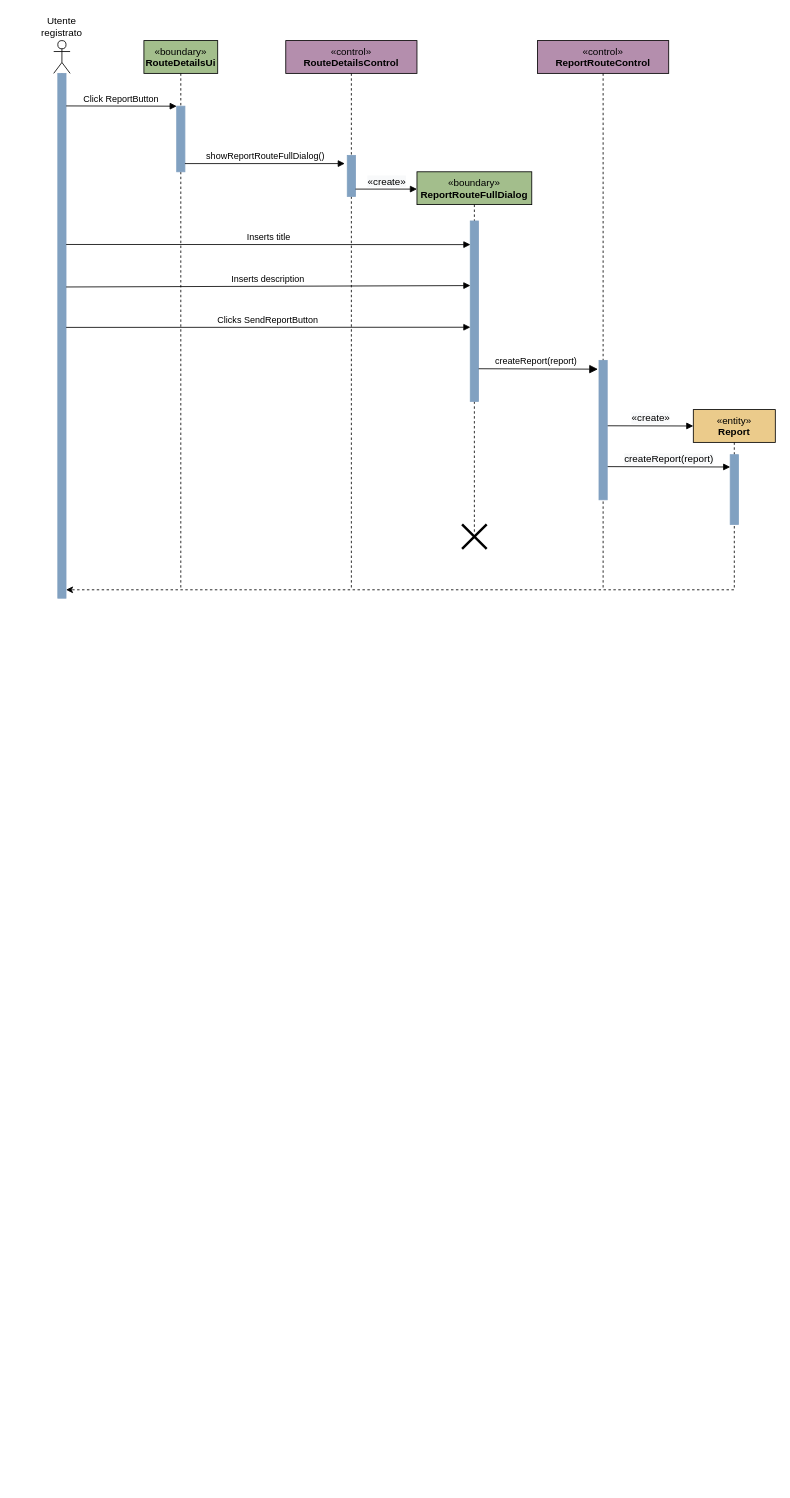
archer-65/natour-2122 keeps this draw.io diagram as page "Segnala itinerario" (2 of 2) of docs/sequenceDomain.drawio. Above is the earlier version. Source tidied: cells renumbered, new cells numbered last; positions are measured from the earlier drawing's top-left corner, leaving out a move shared by most shapes. Both pictures are drawn from the tidied source at 82%, with x=0, y=0 at pixel (53, 40).
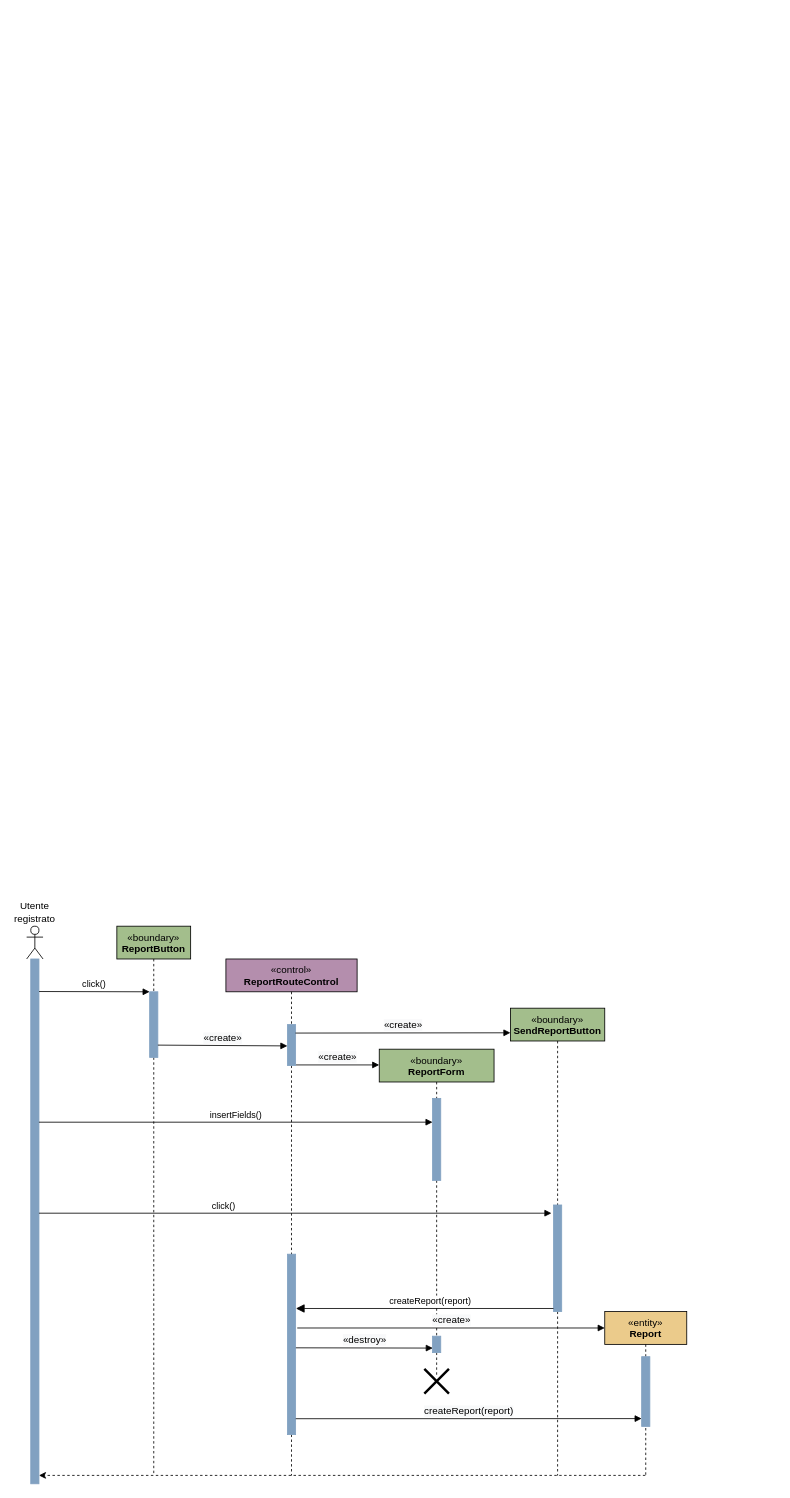
The same diagram, later.

The change refers to these unchanged cells:
```xml
<mxCell id="3" style="html=1;points=[];perimeter=orthogonalPerimeter;fillColor=#81A1C1;strokeColor=#81A1C1;" parent="2" vertex="1">
  <mxGeometry x="5" y="40" width="10" height="640" as="geometry" />
</mxCell>
```

What changed in the source:
```diff
@@
     <mxCell id="2" value="Utente registrato" style="shape=umlLifeline;participant=umlActor;perimeter=lifelinePerimeter;whiteSpace=wrap;html=1;verticalAlign=bottom;spacingTop=36;size=40;rounded=0;shadow=0;glass=0;labelPosition=center;verticalLabelPosition=top;align=center;strokeWidth=1;perimeterSpacing=0;" parent="1" vertex="1">
-      <mxGeometry width="20" height="670" as="geometry" />
+      <mxGeometry x="-33" y="1080" width="20" height="670" as="geometry" />
     </mxCell>
@@
-    <mxCell id="4" value="&lt;span&gt;«boundary»&lt;/span&gt;&lt;br&gt;&lt;b&gt;RouteDetailsUi&lt;/b&gt;" style="shape=umlLifeline;perimeter=lifelinePerimeter;whiteSpace=wrap;html=1;rounded=0;shadow=0;glass=0;strokeWidth=1;verticalAlign=top;fillColor=#A3BE8C;" parent="1" vertex="1">
-      <mxGeometry x="110" width="90" height="670" as="geometry" />
-    </mxCell>
-    <mxCell id="5" style="html=1;points=[];perimeter=orthogonalPerimeter;fillColor=#81A1C1;strokeColor=#81A1C1;" parent="1" vertex="1">
-      <mxGeometry x="150" y="80" width="10" height="80" as="geometry" />
-    </mxCell>
-    <mxCell id="6" value="Click ReportButton" style="html=1;verticalAlign=bottom;endArrow=block;entryX=0;entryY=0;exitX=1.017;exitY=0.062;exitDx=0;exitDy=0;exitPerimeter=0;" parent="1" edge="1" source="3" target="5">
-      <mxGeometry relative="1" as="geometry" />
-    </mxCell>
-    <mxCell id="7" value="&lt;span&gt;«control»&lt;/span&gt;&lt;br&gt;&lt;b&gt;RouteDetailsControl&lt;/b&gt;" style="shape=umlLifeline;perimeter=lifelinePerimeter;whiteSpace=wrap;html=1;rounded=0;shadow=0;glass=0;strokeWidth=1;verticalAlign=top;fillColor=#B48EAD;" parent="1" vertex="1">
-      <mxGeometry x="283" width="160" height="670" as="geometry" />
-    </mxCell>
-    <mxCell id="8" style="html=1;points=[];perimeter=orthogonalPerimeter;fillColor=#81A1C1;strokeColor=#81A1C1;" parent="7" vertex="1">
-      <mxGeometry x="75" y="140" width="10" height="50" as="geometry" />
-    </mxCell>
-    <mxCell id="9" value="showReportRouteFullDialog()" style="html=1;verticalAlign=bottom;endArrow=block;" parent="1" edge="1">
-      <mxGeometry relative="1" as="geometry">
-        <mxPoint x="160" y="150" as="sourcePoint" />
-        <mxPoint x="355" y="150" as="targetPoint" />
-      </mxGeometry>
-    </mxCell>
-    <mxCell id="10" value="&lt;span&gt;«boundary»&lt;/span&gt;&lt;br&gt;&lt;b&gt;ReportRouteFullDialog&lt;/b&gt;" style="shape=umlLifeline;perimeter=lifelinePerimeter;whiteSpace=wrap;html=1;outlineConnect=0;rounded=0;shadow=0;glass=0;strokeWidth=1;verticalAlign=top;fillColor=#A3BE8C;" parent="1" vertex="1">
-      <mxGeometry x="443" y="160" width="140" height="440" as="geometry" />
-    </mxCell>
-    <mxCell id="11" style="html=1;points=[];perimeter=orthogonalPerimeter;fillColor=#81A1C1;strokeColor=#81A1C1;" parent="10" vertex="1">
-      <mxGeometry x="65" y="60" width="10" height="220" as="geometry" />
-    </mxCell>
+    <mxCell id="25" value="&lt;span&gt;«boundary»&lt;/span&gt;&lt;br&gt;&lt;b&gt;ReportButton&lt;/b&gt;" style="shape=umlLifeline;perimeter=lifelinePerimeter;whiteSpace=wrap;html=1;rounded=0;shadow=0;glass=0;strokeWidth=1;verticalAlign=top;fillColor=#A3BE8C;" parent="1" vertex="1">
+      <mxGeometry x="77" y="1080" width="90" height="670" as="geometry" />
+    </mxCell>
+    <mxCell id="26" value="click()" style="html=1;verticalAlign=bottom;endArrow=block;exitX=1.017;exitY=0.062;exitDx=0;exitDy=0;exitPerimeter=0;" parent="25" edge="1">
+      <mxGeometry x="-0.28" relative="1" as="geometry">
+        <mxPoint x="-95" y="350" as="sourcePoint" />
+        <mxPoint x="530" y="350" as="targetPoint" />
+      </mxGeometry>
+    </mxCell>
+    <mxCell id="27" style="html=1;points=[];perimeter=orthogonalPerimeter;fillColor=#81A1C1;strokeColor=#81A1C1;" parent="1" vertex="1">
+      <mxGeometry x="117" y="1160" width="10" height="80" as="geometry" />
+    </mxCell>
+    <mxCell id="28" value="click()" style="html=1;verticalAlign=bottom;endArrow=block;entryX=0;entryY=0;exitX=1.017;exitY=0.062;exitDx=0;exitDy=0;exitPerimeter=0;" parent="1" edge="1" source="3" target="27">
+      <mxGeometry relative="1" as="geometry" />
+    </mxCell>
+    <mxCell id="23" value="&lt;span&gt;«control»&lt;/span&gt;&lt;br&gt;&lt;b&gt;ReportRouteControl&lt;/b&gt;" style="shape=umlLifeline;perimeter=lifelinePerimeter;whiteSpace=wrap;html=1;rounded=0;shadow=0;glass=0;strokeWidth=1;verticalAlign=top;fillColor=#B48EAD;" parent="1" vertex="1">
+      <mxGeometry x="210" y="1120" width="160" height="630" as="geometry" />
+    </mxCell>
+    <mxCell id="29" style="html=1;points=[];perimeter=orthogonalPerimeter;fillColor=#81A1C1;strokeColor=#81A1C1;" parent="23" vertex="1">
+      <mxGeometry x="75" y="360" width="10" height="220" as="geometry" />
+    </mxCell>
+    <mxCell id="30" value="&lt;span&gt;«boundary»&lt;/span&gt;&lt;br&gt;&lt;b&gt;ReportForm&lt;/b&gt;" style="shape=umlLifeline;perimeter=lifelinePerimeter;whiteSpace=wrap;html=1;outlineConnect=0;rounded=0;shadow=0;glass=0;strokeWidth=1;verticalAlign=top;fillColor=#A3BE8C;" parent="1" vertex="1">
+      <mxGeometry x="397" y="1230" width="140" height="400" as="geometry" />
+    </mxCell>
+    <mxCell id="31" style="html=1;points=[];perimeter=orthogonalPerimeter;fillColor=#81A1C1;strokeColor=#81A1C1;" parent="30" vertex="1">
+      <mxGeometry x="65" y="60" width="10" height="100" as="geometry" />
+    </mxCell>
+    <mxCell id="32" style="html=1;points=[];perimeter=orthogonalPerimeter;fillColor=#81A1C1;strokeColor=#81A1C1;" parent="30" vertex="1">
+      <mxGeometry x="65" y="350" width="10" height="20" as="geometry" />
+    </mxCell>
-    <mxCell id="12" value="&lt;span style=&quot;font-size: 12px ; background-color: rgb(248 , 249 , 250)&quot;&gt;«create»&lt;/span&gt;" style="html=1;verticalAlign=bottom;endArrow=block;entryX=0;entryY=0.048;entryDx=0;entryDy=0;entryPerimeter=0;" parent="1" edge="1" source="8" target="10">
+    <mxCell id="12" value="&lt;span style=&quot;font-size: 12px ; background-color: rgb(248 , 249 , 250)&quot;&gt;«create»&lt;/span&gt;" style="html=1;verticalAlign=bottom;endArrow=block;entryX=0;entryY=0.048;entryDx=0;entryDy=0;entryPerimeter=0;" parent="1" edge="1" source="38" target="30">
       <mxGeometry relative="1" as="geometry" />
     </mxCell>
-    <mxCell id="13" value="Inserts title" style="html=1;verticalAlign=bottom;endArrow=block;exitX=1.017;exitY=0.326;exitDx=0;exitDy=0;exitPerimeter=0;entryX=0.017;entryY=0.131;entryDx=0;entryDy=0;entryPerimeter=0;" parent="1" edge="1" source="3" target="11">
-      <mxGeometry relative="1" as="geometry" />
-    </mxCell>
-    <mxCell id="14" value="Inserts description" style="html=1;verticalAlign=bottom;endArrow=block;exitX=1.017;exitY=0.407;exitDx=0;exitDy=0;exitPerimeter=0;entryX=0.014;entryY=0.358;entryDx=0;entryDy=0;entryPerimeter=0;" parent="1" edge="1" source="3" target="11">
-      <mxGeometry relative="1" as="geometry" />
-    </mxCell>
-    <mxCell id="15" value="Clicks SendReportButton" style="html=1;verticalAlign=bottom;endArrow=block;exitX=1.017;exitY=0.484;exitDx=0;exitDy=0;exitPerimeter=0;entryX=0.014;entryY=0.589;entryDx=0;entryDy=0;entryPerimeter=0;" parent="1" edge="1" source="3" target="11">
-      <mxGeometry relative="1" as="geometry" />
-    </mxCell>
-    <mxCell id="16" value="createReport(report)" style="html=1;verticalAlign=bottom;endArrow=block;endSize=8;strokeWidth=1;endFill=1;exitX=1.026;exitY=0.819;exitDx=0;exitDy=0;exitPerimeter=0;entryX=-0.129;entryY=0.063;entryDx=0;entryDy=0;entryPerimeter=0;" parent="1" edge="1" source="11" target="24">
-      <mxGeometry x="-0.04" relative="1" as="geometry" />
-    </mxCell>
-    <mxCell id="17" value="&lt;span style=&quot;font-size: 12px ; background-color: rgb(248 , 249 , 250)&quot;&gt;«create»&lt;/span&gt;" style="html=1;verticalAlign=bottom;endArrow=block;exitX=0.996;exitY=0.469;exitDx=0;exitDy=0;exitPerimeter=0;" parent="1" edge="1" source="24">
-      <mxGeometry relative="1" as="geometry">
-        <mxPoint x="780" y="470" as="targetPoint" />
-      </mxGeometry>
-    </mxCell>
+    <mxCell id="33" value="insertFields()" style="html=1;verticalAlign=bottom;endArrow=block;entryX=0;entryY=0.29;entryDx=0;entryDy=0;entryPerimeter=0;exitX=1;exitY=0.311;exitDx=0;exitDy=0;exitPerimeter=0;" parent="1" edge="1" source="3" target="31">
+      <mxGeometry relative="1" as="geometry" />
+    </mxCell>
     <mxCell id="18" value="&lt;span&gt;«entity»&lt;/span&gt;&lt;br&gt;&lt;b&gt;Report&lt;/b&gt;" style="shape=umlLifeline;perimeter=lifelinePerimeter;whiteSpace=wrap;html=1;outlineConnect=0;rounded=0;shadow=0;glass=0;strokeWidth=1;verticalAlign=top;fillColor=#EBCB8B;" parent="1" vertex="1">
-      <mxGeometry x="780" y="450" width="100" height="220" as="geometry" />
+      <mxGeometry x="672" y="1550" width="100" height="200" as="geometry" />
     </mxCell>
@@
-    <mxCell id="20" value="&lt;span style=&quot;font-size: 12px ; text-align: left ; background-color: rgb(248 , 249 , 250)&quot;&gt;createReport(report)&lt;/span&gt;" style="html=1;verticalAlign=bottom;endArrow=block;exitX=0.996;exitY=0.762;exitDx=0;exitDy=0;exitPerimeter=0;" parent="18" edge="1" source="24">
-      <mxGeometry relative="1" as="geometry">
-        <mxPoint x="45" y="70" as="targetPoint" />
-      </mxGeometry>
-    </mxCell>
-    <mxCell id="21" style="shape=umlDestroy;whiteSpace=wrap;html=1;strokeWidth=3;" parent="1" vertex="1">
-      <mxGeometry x="498" y="590" width="30" height="30" as="geometry" />
-    </mxCell>
+    <mxCell id="34" value="&lt;span style=&quot;font-size: 12px ; text-align: left ; background-color: rgb(248 , 249 , 250)&quot;&gt;createReport(report)&lt;/span&gt;" style="html=1;verticalAlign=bottom;endArrow=block;exitX=1.015;exitY=0.912;exitDx=0;exitDy=0;exitPerimeter=0;" parent="18" edge="1" source="29">
+      <mxGeometry relative="1" as="geometry">
+        <mxPoint x="45" y="130.5" as="targetPoint" />
+      </mxGeometry>
+    </mxCell>
@@
-    <mxCell id="23" value="&lt;span&gt;«control»&lt;/span&gt;&lt;br&gt;&lt;b&gt;ReportRouteControl&lt;/b&gt;" style="shape=umlLifeline;perimeter=lifelinePerimeter;whiteSpace=wrap;html=1;rounded=0;shadow=0;glass=0;strokeWidth=1;verticalAlign=top;fillColor=#B48EAD;" parent="1" vertex="1">
-      <mxGeometry x="590" width="160" height="670" as="geometry" />
-    </mxCell>
-    <mxCell id="24" style="html=1;points=[];perimeter=orthogonalPerimeter;fillColor=#81A1C1;strokeColor=#81A1C1;" parent="23" vertex="1">
-      <mxGeometry x="75" y="390" width="10" height="170" as="geometry" />
-    </mxCell>
+    <mxCell id="35" value="&lt;span&gt;«boundary»&lt;/span&gt;&lt;br&gt;&lt;b&gt;SendReportButton&lt;/b&gt;" style="shape=umlLifeline;perimeter=lifelinePerimeter;whiteSpace=wrap;html=1;rounded=0;shadow=0;glass=0;strokeWidth=1;verticalAlign=top;fillColor=#A3BE8C;" parent="1" vertex="1">
+      <mxGeometry x="557" y="1180" width="115" height="570" as="geometry" />
+    </mxCell>
+    <mxCell id="36" style="html=1;points=[];perimeter=orthogonalPerimeter;fillColor=#81A1C1;strokeColor=#81A1C1;" parent="35" vertex="1">
+      <mxGeometry x="52.5" y="240" width="10" height="130" as="geometry" />
+    </mxCell>
+    <mxCell id="37" value="&lt;span style=&quot;font-size: 12px ; background-color: rgb(248 , 249 , 250)&quot;&gt;«create»&lt;/span&gt;" style="html=1;verticalAlign=bottom;endArrow=block;" parent="35" edge="1">
+      <mxGeometry relative="1" as="geometry">
+        <mxPoint x="-260" y="390" as="sourcePoint" />
+        <mxPoint x="115" y="390" as="targetPoint" />
+      </mxGeometry>
+    </mxCell>
+    <mxCell id="38" style="html=1;points=[];perimeter=orthogonalPerimeter;fillColor=#81A1C1;strokeColor=#81A1C1;" parent="1" vertex="1">
+      <mxGeometry x="285" y="1200" width="10" height="50" as="geometry" />
+    </mxCell>
+    <mxCell id="39" value="&lt;span style=&quot;font-size: 12px ; background-color: rgb(248 , 249 , 250)&quot;&gt;«create»&lt;/span&gt;" style="html=1;verticalAlign=bottom;endArrow=block;entryX=0;entryY=0.52;entryDx=0;entryDy=0;entryPerimeter=0;exitX=1;exitY=0.813;exitDx=0;exitDy=0;exitPerimeter=0;" parent="1" edge="1" source="27" target="38">
+      <mxGeometry relative="1" as="geometry" />
+    </mxCell>
+    <mxCell id="40" style="shape=umlDestroy;whiteSpace=wrap;html=1;strokeWidth=3;" parent="1" vertex="1">
+      <mxGeometry x="452" y="1620" width="30" height="30" as="geometry" />
+    </mxCell>
+    <mxCell id="41" value="createReport(report)" style="html=1;verticalAlign=bottom;endArrow=block;endSize=8;strokeWidth=1;endFill=1;entryX=1.037;entryY=0.301;entryDx=0;entryDy=0;entryPerimeter=0;" parent="1" edge="1" source="36" target="29">
+      <mxGeometry x="-0.04" relative="1" as="geometry" />
+    </mxCell>
+    <mxCell id="42" value="&lt;span style=&quot;font-size: 12px ; background-color: rgb(248 , 249 , 250)&quot;&gt;«&lt;/span&gt;&lt;span style=&quot;font-size: 12px ; background-color: rgb(248 , 249 , 250)&quot;&gt;destroy»&lt;/span&gt;" style="html=1;verticalAlign=bottom;endArrow=block;entryX=0.033;entryY=0.725;entryDx=0;entryDy=0;entryPerimeter=0;exitX=1.032;exitY=0.519;exitDx=0;exitDy=0;exitPerimeter=0;" parent="1" edge="1" source="29" target="32">
+      <mxGeometry relative="1" as="geometry" />
+    </mxCell>
+    <mxCell id="43" value="&lt;span style=&quot;font-size: 12px ; background-color: rgb(248 , 249 , 250)&quot;&gt;«create»&lt;/span&gt;" style="html=1;verticalAlign=bottom;endArrow=block;exitX=0.983;exitY=0.207;exitDx=0;exitDy=0;exitPerimeter=0;" parent="1" edge="1" source="38">
+      <mxGeometry relative="1" as="geometry">
+        <mxPoint x="557" y="1210" as="targetPoint" />
+      </mxGeometry>
+    </mxCell>
```
